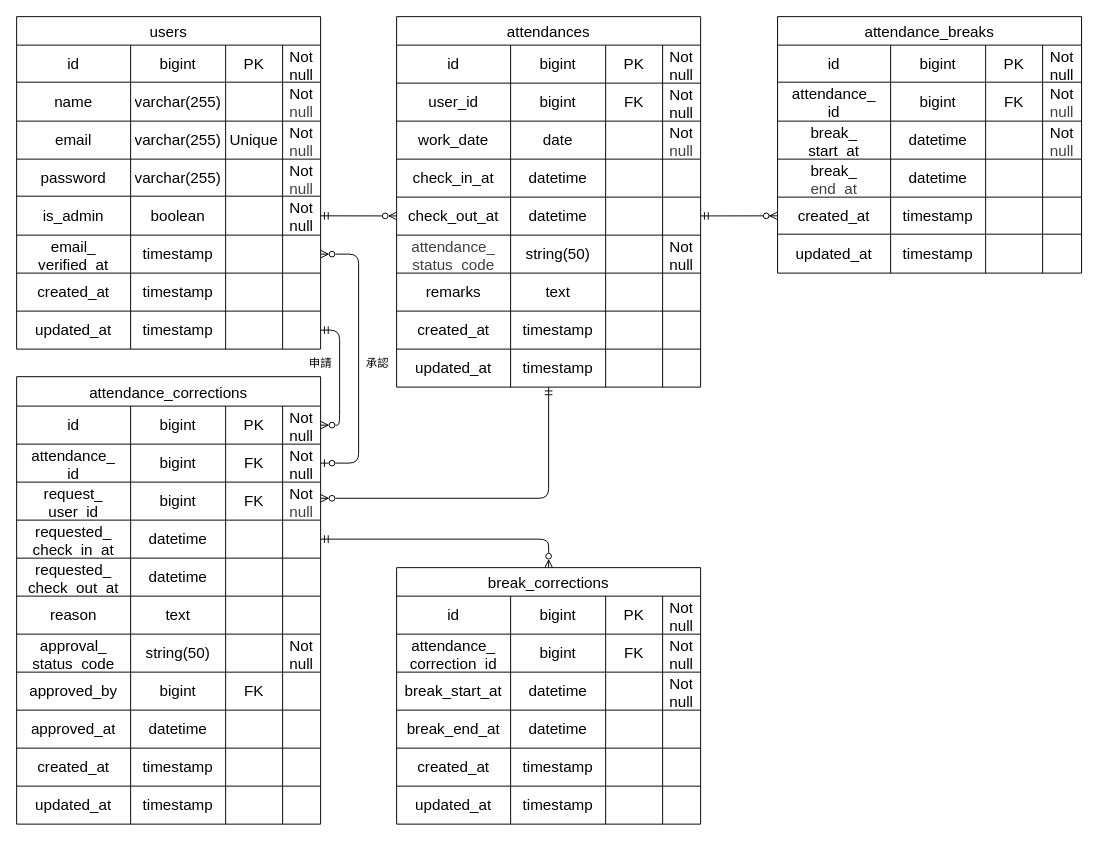
Before: attendance.drawio in nekomajin-1017/exam-kintai, a draw.io diagram. Source tidied: cells renumbered, new cells numbered last; positions are measured from the earlier drawing's top-left corner, leaving out a move shared by most shapes. Both pictures are drawn from the tidied source at 95%, with x=0, y=0 at pixel (16, 16).
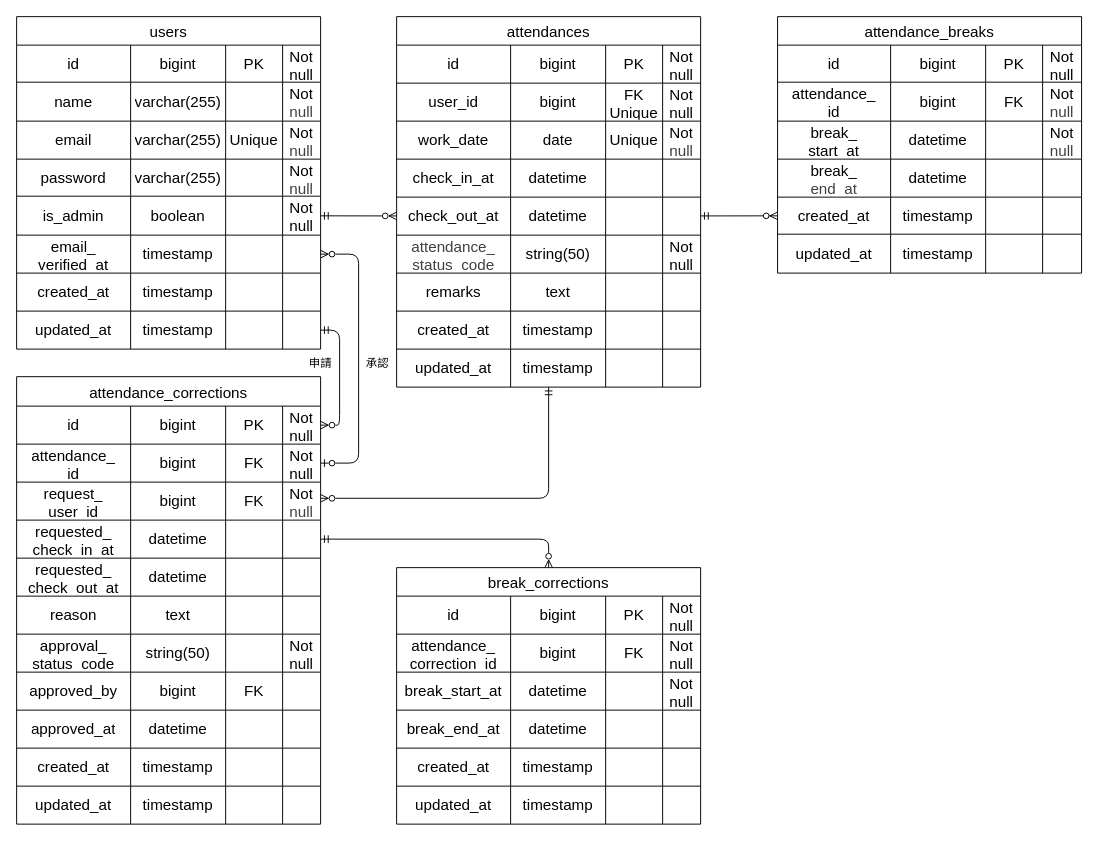
After the change.

The change refers to these unchanged cells:
```xml
<mxCell id="49" style="shape=tableRow;horizontal=0;startSize=0;swimlaneHead=0;swimlaneBody=0;strokeColor=inherit;top=0;left=0;bottom=0;right=0;fillColor=none;fontSize=16;" parent="43" vertex="1">
  <mxGeometry y="70" width="320" height="40" as="geometry" />
</mxCell>
<mxCell id="54" style="shape=tableRow;horizontal=0;startSize=0;swimlaneHead=0;swimlaneBody=0;strokeColor=inherit;top=0;left=0;bottom=0;right=0;fillColor=none;fontSize=16;" parent="43" vertex="1">
  <mxGeometry y="110" width="320" height="40" as="geometry" />
</mxCell>
```

Change to the diagram source:
```diff
@@
-    <mxCell id="52" value="FK" style="shape=partialRectangle;html=1;whiteSpace=wrap;strokeColor=inherit;overflow=hidden;fillColor=none;top=0;left=0;bottom=0;right=0;fontSize=16;" parent="49" vertex="1">
+    <mxCell id="52" value="FK&lt;div&gt;Unique&lt;/div&gt;" style="shape=partialRectangle;html=1;whiteSpace=wrap;strokeColor=inherit;overflow=hidden;fillColor=none;top=0;left=0;bottom=0;right=0;fontSize=16;" parent="49" vertex="1">
       <mxGeometry x="220" width="60" height="40" as="geometry" />
     </mxCell>
@@
-    <mxCell id="57" style="shape=partialRectangle;html=1;whiteSpace=wrap;strokeColor=inherit;overflow=hidden;fillColor=none;top=0;left=0;bottom=0;right=0;fontSize=16;" parent="54" vertex="1">
+    <mxCell id="57" value="Unique" style="shape=partialRectangle;html=1;whiteSpace=wrap;strokeColor=inherit;overflow=hidden;fillColor=none;top=0;left=0;bottom=0;right=0;fontSize=16;" parent="54" vertex="1">
       <mxGeometry x="220" width="60" height="40" as="geometry" />
     </mxCell>
```
